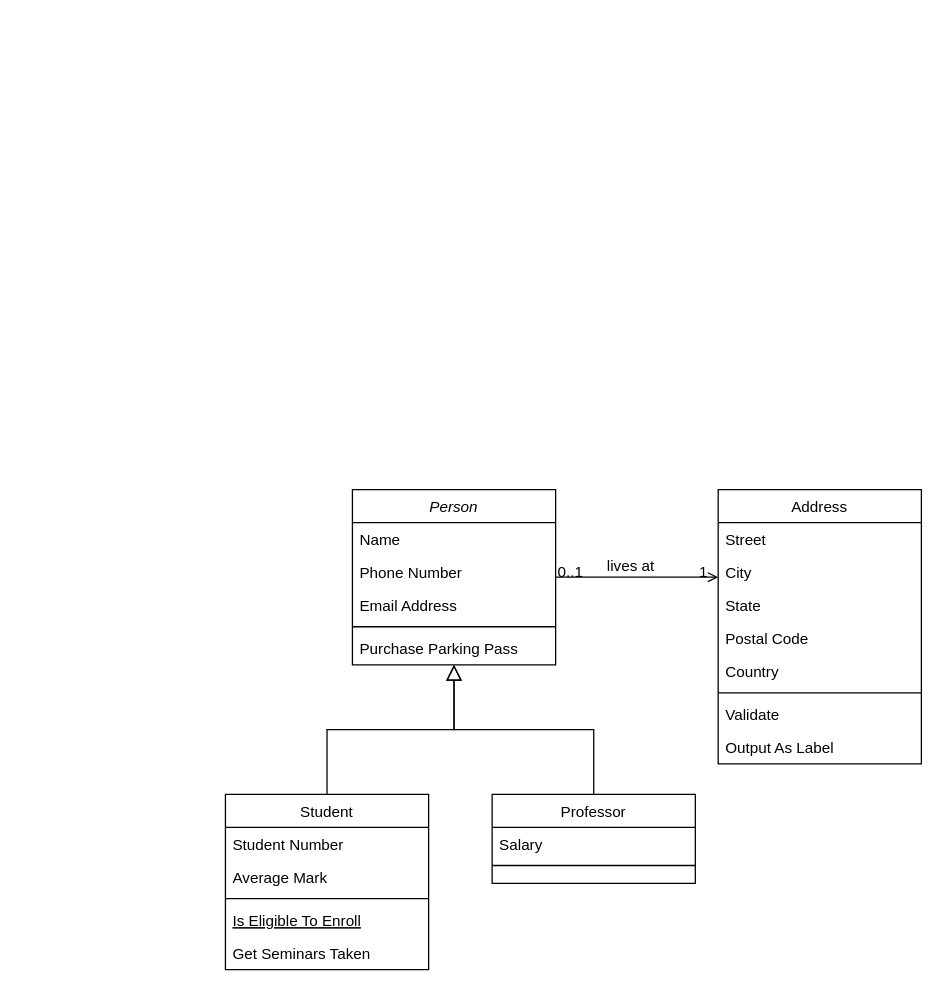
Before: 未命名绘图.drawio in piercashuang/carcontrol, a draw.io diagram. Source tidied: cells renumbered, new cells numbered last; positions are measured from the earlier drawing's top-left corner, leaving out a move shared by most shapes. Both pictures are drawn from the tidied source at 127%, with x=0, y=0 at pixel (225, 489).
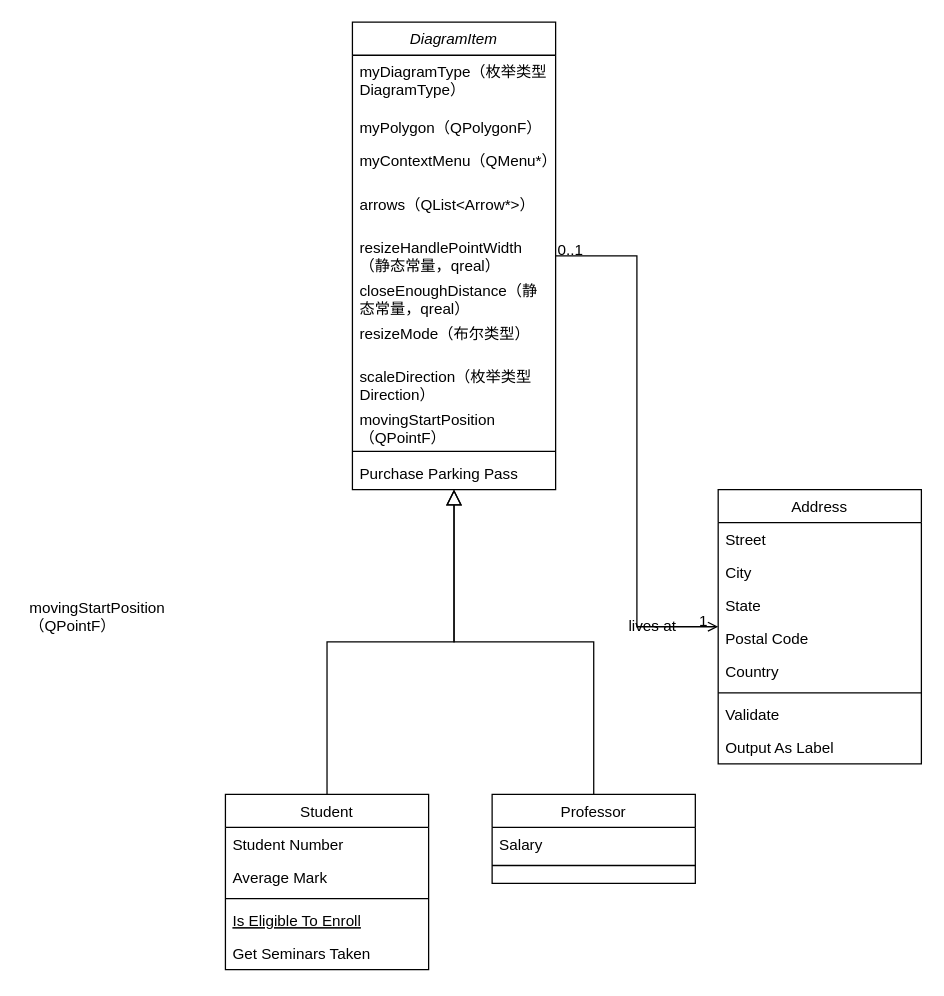
The same diagram, later.

Commit message:
更新未命名绘图.drawio

Change to the diagram source:
```diff
@@
-    <mxCell id="2" value="Person" style="swimlane;fontStyle=2;align=center;verticalAlign=top;horizontal=1;startSize=26;rounded=0;shadow=0;strokeWidth=1;" parent="1" vertex="1">
-      <mxGeometry x="100" width="160" height="138" as="geometry" />
+    <mxCell id="2" value="DiagramItem" style="swimlane;fontStyle=2;align=center;verticalAlign=top;horizontal=1;startSize=26;rounded=0;shadow=0;strokeWidth=1;" parent="1" vertex="1">
+      <mxGeometry x="100" y="-368" width="160" height="368" as="geometry" />
     </mxCell>
-    <mxCell id="3" value="Name" style="text;align=left;verticalAlign=top;spacingLeft=4;spacingRight=4;overflow=hidden;" parent="2" vertex="1">
-      <mxGeometry y="26" width="160" height="26" as="geometry" />
+    <mxCell id="3" value="myDiagramType（枚举类型DiagramType）" style="text;align=left;verticalAlign=top;spacingLeft=4;spacingRight=4;overflow=hidden;whiteSpace=wrap;" parent="2" vertex="1">
+      <mxGeometry y="26" width="160" height="44" as="geometry" />
     </mxCell>
-    <mxCell id="4" value="Phone Number" style="text;align=left;verticalAlign=top;spacingLeft=4;spacingRight=4;overflow=hidden;rounded=0;shadow=0;html=0;" parent="2" vertex="1">
-      <mxGeometry y="52" width="160" height="26" as="geometry" />
+    <mxCell id="4" value="myPolygon（QPolygonF）" style="text;align=left;verticalAlign=top;spacingLeft=4;spacingRight=4;overflow=hidden;rounded=0;shadow=0;html=0;" parent="2" vertex="1">
+      <mxGeometry y="70" width="160" height="26" as="geometry" />
     </mxCell>
-    <mxCell id="5" value="Email Address" style="text;align=left;verticalAlign=top;spacingLeft=4;spacingRight=4;overflow=hidden;rounded=0;shadow=0;html=0;" parent="2" vertex="1">
-      <mxGeometry y="78" width="160" height="26" as="geometry" />
+    <mxCell id="5" value="myContextMenu（QMenu*）" style="text;align=left;verticalAlign=top;spacingLeft=4;spacingRight=4;overflow=hidden;rounded=0;shadow=0;html=0;" parent="2" vertex="1">
+      <mxGeometry y="96" width="160" height="34" as="geometry" />
     </mxCell>
+    <mxCell id="32" value="arrows（QList&lt;Arrow*&gt;）" style="text;align=left;verticalAlign=top;spacingLeft=4;spacingRight=4;overflow=hidden;rounded=0;shadow=0;html=0;" parent="2" vertex="1">
+      <mxGeometry y="130" width="160" height="34" as="geometry" />
+    </mxCell>
+    <mxCell id="33" value="resizeHandlePointWidth（静态常量，qreal）" style="text;align=left;verticalAlign=top;spacingLeft=4;spacingRight=4;overflow=hidden;rounded=0;shadow=0;html=0;whiteSpace=wrap;" parent="2" vertex="1">
+      <mxGeometry y="164" width="160" height="34" as="geometry" />
+    </mxCell>
+    <mxCell id="34" value="closeEnoughDistance（静态常量，qreal）" style="text;align=left;verticalAlign=top;spacingLeft=4;spacingRight=4;overflow=hidden;rounded=0;shadow=0;html=0;whiteSpace=wrap;" parent="2" vertex="1">
+      <mxGeometry y="198" width="160" height="34" as="geometry" />
+    </mxCell>
+    <mxCell id="35" value="resizeMode（布尔类型）" style="text;align=left;verticalAlign=top;spacingLeft=4;spacingRight=4;overflow=hidden;rounded=0;shadow=0;html=0;whiteSpace=wrap;" parent="2" vertex="1">
+      <mxGeometry y="232" width="160" height="34" as="geometry" />
+    </mxCell>
+    <mxCell id="36" value="scaleDirection（枚举类型Direction）" style="text;align=left;verticalAlign=top;spacingLeft=4;spacingRight=4;overflow=hidden;rounded=0;shadow=0;html=0;whiteSpace=wrap;" parent="2" vertex="1">
+      <mxGeometry y="266" width="160" height="34" as="geometry" />
+    </mxCell>
+    <mxCell id="37" value="movingStartPosition（QPointF）" style="text;align=left;verticalAlign=top;spacingLeft=4;spacingRight=4;overflow=hidden;rounded=0;shadow=0;html=0;whiteSpace=wrap;" parent="2" vertex="1">
+      <mxGeometry y="300" width="160" height="34" as="geometry" />
+    </mxCell>
     <mxCell id="6" style="line;html=1;strokeWidth=1;align=left;verticalAlign=middle;spacingTop=-1;spacingLeft=3;spacingRight=3;labelPosition=right;" parent="2" vertex="1">
-      <mxGeometry y="104" width="160" height="8" as="geometry" />
+      <mxGeometry y="334" width="160" height="8" as="geometry" />
     </mxCell>
     <mxCell id="7" value="Purchase Parking Pass" style="text;align=left;verticalAlign=top;spacingLeft=4;spacingRight=4;overflow=hidden;" parent="2" vertex="1">
-      <mxGeometry y="112" width="160" height="26" as="geometry" />
+      <mxGeometry y="342" width="160" height="26" as="geometry" />
     </mxCell>
@@
+    <mxCell id="38" value="movingStartPosition（QPointF）" style="text;align=left;verticalAlign=top;spacingLeft=4;spacingRight=4;overflow=hidden;rounded=0;shadow=0;html=0;whiteSpace=wrap;" parent="1" vertex="1">
+      <mxGeometry x="-160" y="80" width="160" height="34" as="geometry" />
+    </mxCell>
```
